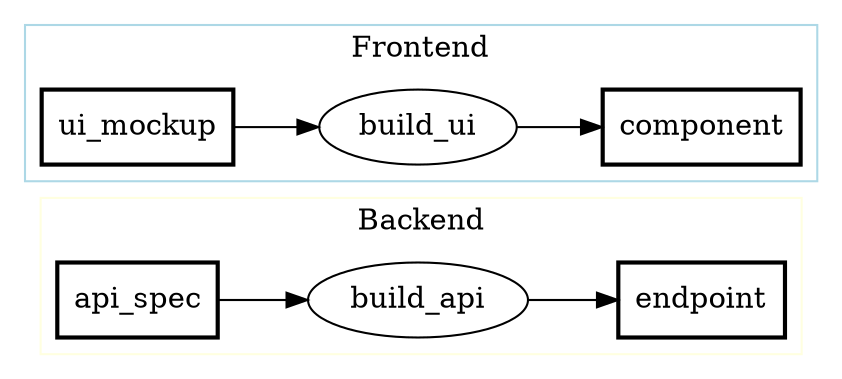
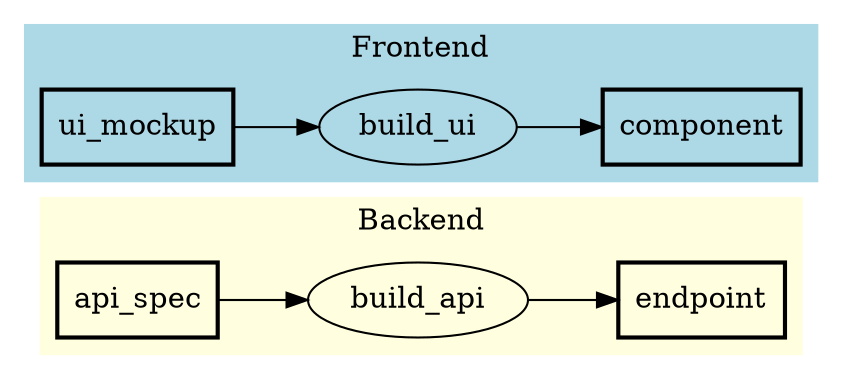
digraph PFDSL {
  rankdir=LR;
  newrank=true;

  subgraph cluster_backend {
    label="Backend";
    color="lightyellow";
+     style="filled";
+     fillcolor="lightyellow";
    "api_spec" [shape=box, label="api_spec", penwidth="2"];
    "build_api" [shape=ellipse, label="build_api"];
    "endpoint" [shape=box, label="endpoint", penwidth="2"];
  }
  subgraph cluster_frontend {
    label="Frontend";
    color="lightblue";
+     style="filled";
+     fillcolor="lightblue";
    "build_ui" [shape=ellipse, label="build_ui"];
    "component" [shape=box, label="component", penwidth="2"];
    "ui_mockup" [shape=box, label="ui_mockup", penwidth="2"];
  }

  "api_spec" -> "build_api";
  "build_api" -> "endpoint";
  "ui_mockup" -> "build_ui";
  "build_ui" -> "component";
}
